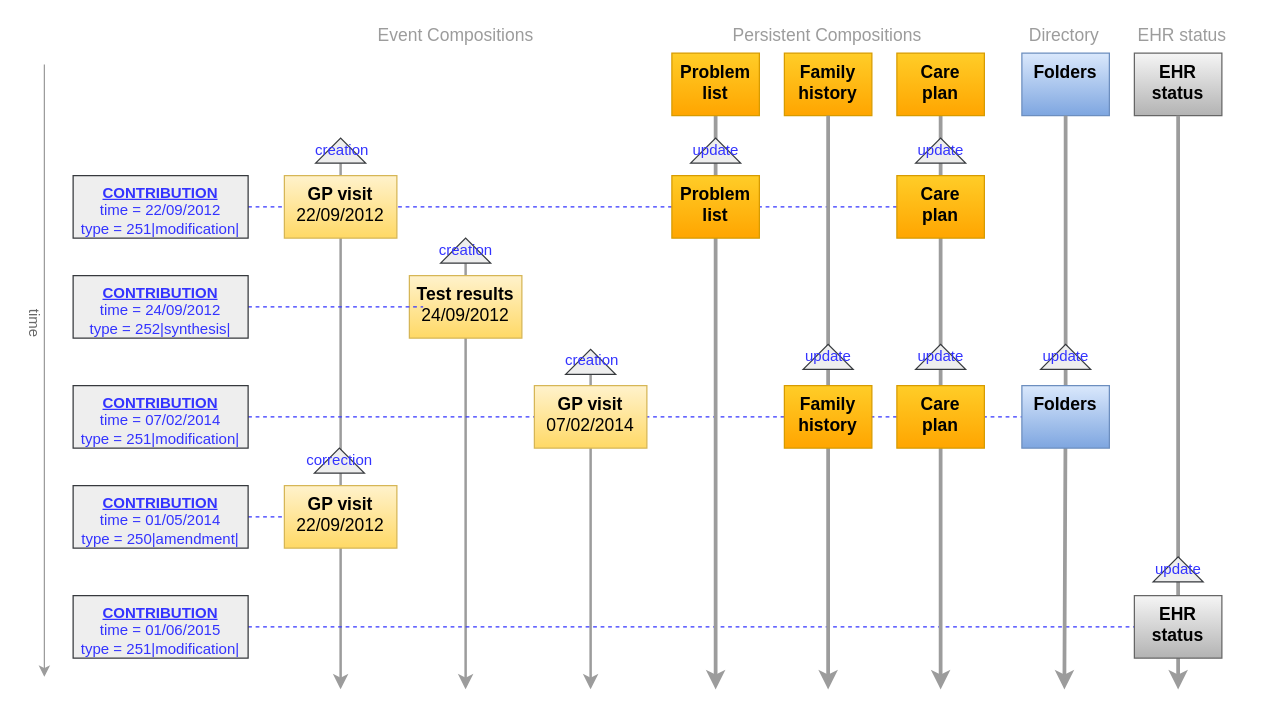
Above: docs/ehr/diagrams/ehr_contributions.drawio in openEHR/specifications-RM (draw.io), before the change. Source tidied: cells renumbered, new cells numbered last; positions are measured from the earlier drawing's top-left corner, leaving out a move shared by most shapes. Both pictures are drawn from the tidied source at 125%, with x=0, y=0 at pixel (9, 21).
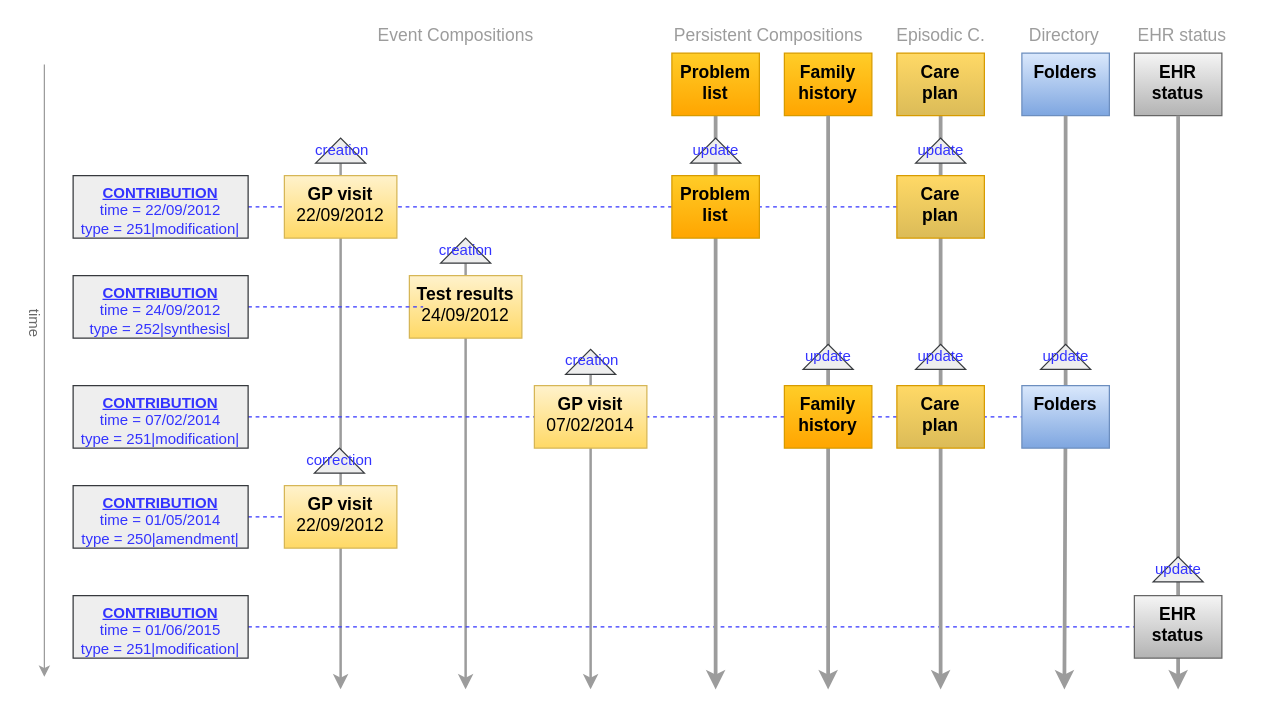
Above is the later version.

Change to the diagram source:
```diff
@@
-    <mxCell id="14" value="&lt;font&gt;Care&lt;br&gt;plan&lt;/font&gt;" style="rounded=0;whiteSpace=wrap;html=1;fontSize=14;fillColor=#ffcd28;strokeColor=#d79b00;verticalAlign=top;gradientColor=#ffa500;fontStyle=1;fontColor=#000000;" parent="1" vertex="1">
+    <mxCell id="14" value="&lt;font&gt;Care&lt;br&gt;plan&lt;/font&gt;" style="rounded=0;whiteSpace=wrap;html=1;fontSize=14;fillColor=#FFD966;strokeColor=#d79b00;verticalAlign=top;gradientColor=#DBBB58;fontStyle=1;fontColor=#000000;" parent="1" vertex="1">
       <mxGeometry x="710" y="25" width="70" height="50" as="geometry" />
     </mxCell>
@@
-    <mxCell id="20" value="&lt;font&gt;Care&lt;br&gt;plan&lt;/font&gt;" style="rounded=0;whiteSpace=wrap;html=1;fontSize=14;fillColor=#ffcd28;strokeColor=#d79b00;verticalAlign=top;gradientColor=#ffa500;fontStyle=1;fontColor=#000000;" parent="1" vertex="1">
+    <mxCell id="20" value="&lt;font&gt;Care&lt;br&gt;plan&lt;/font&gt;" style="rounded=0;whiteSpace=wrap;html=1;fontSize=14;fillColor=#FFD966;strokeColor=#d79b00;verticalAlign=top;gradientColor=#DBBB58;fontStyle=1;fontColor=#000000;" parent="1" vertex="1">
       <mxGeometry x="710" y="123" width="70" height="50" as="geometry" />
     </mxCell>
-    <mxCell id="21" value="&lt;font&gt;Care&lt;br&gt;plan&lt;/font&gt;" style="rounded=0;whiteSpace=wrap;html=1;fontSize=14;fillColor=#ffcd28;strokeColor=#d79b00;verticalAlign=top;gradientColor=#ffa500;fontStyle=1;fontColor=#000000;" parent="1" vertex="1">
+    <mxCell id="21" value="&lt;font&gt;Care&lt;br&gt;plan&lt;/font&gt;" style="rounded=0;whiteSpace=wrap;html=1;fontSize=14;fillColor=#FFD966;strokeColor=#d79b00;verticalAlign=top;gradientColor=#DBBB58;fontStyle=1;fontColor=#000000;" parent="1" vertex="1">
       <mxGeometry x="710" y="291" width="70" height="50" as="geometry" />
     </mxCell>
@@
     <mxCell id="52" value="Persistent Compositions" style="text;html=1;align=left;verticalAlign=top;spacingTop=-4;fontSize=14;fontColor=#9C9C9C;" parent="1" vertex="1">
-      <mxGeometry x="577" width="170" height="20" as="geometry" />
+      <mxGeometry x="530" width="170" height="20" as="geometry" />
     </mxCell>
@@
+    <mxCell id="61" value="Episodic C." style="text;html=1;align=left;verticalAlign=top;spacingTop=-4;fontSize=14;fontColor=#9C9C9C;" parent="1" vertex="1">
+      <mxGeometry x="708" width="90" height="20" as="geometry" />
+    </mxCell>
```
